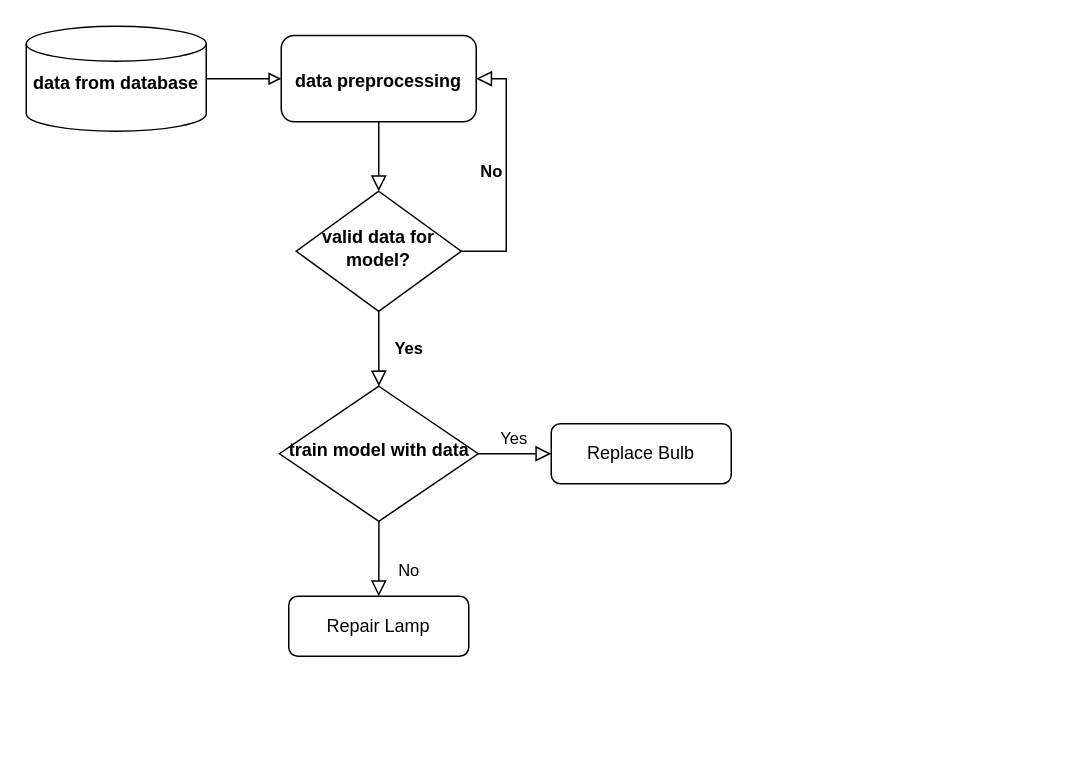
Before: page "Page-1" (1 of 2) of flow_chart.drawio in ChanumoluGayathri/System_Design, a draw.io diagram. Source tidied: cells renumbered, new cells numbered last; positions are measured from the earlier drawing's top-left corner, leaving out a move shared by most shapes. Both pictures are drawn from the tidied source at 150%, with x=0, y=0 at pixel (26, 26).
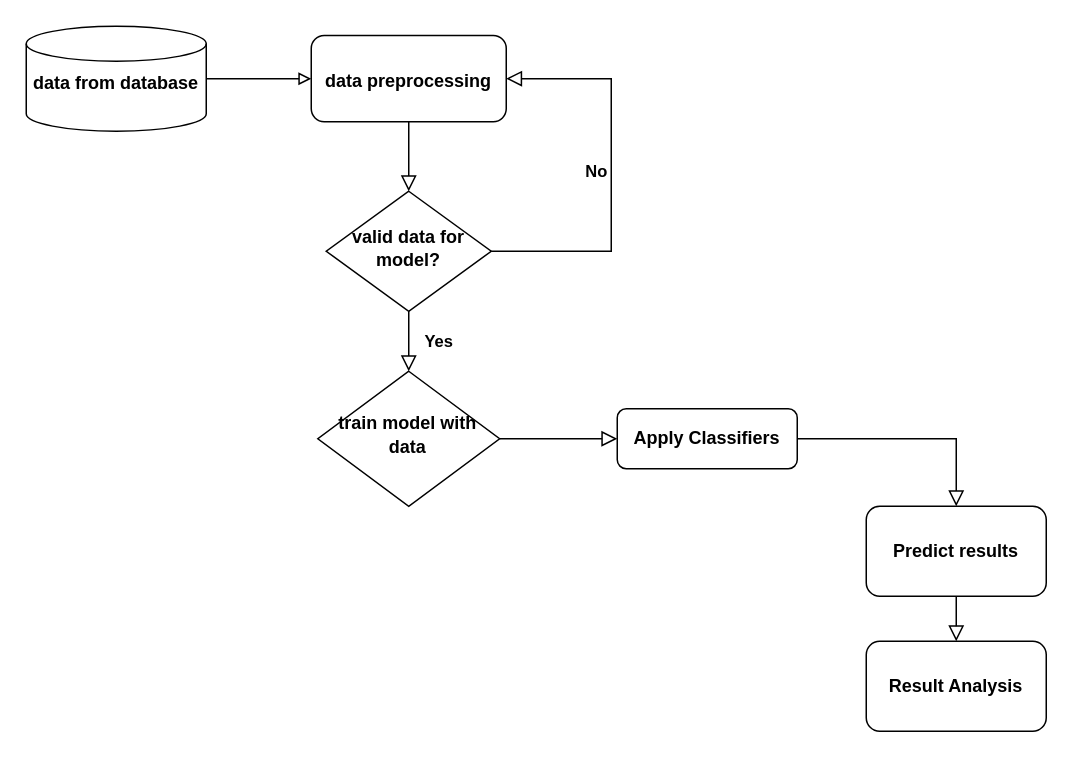
Above is the later version.

The edit, as a diff of the source:
```diff
@@
 <mxGraphModel>
   <root>
     <mxCell id="0" />
     <mxCell id="1" parent="0" />
     <mxCell id="2" style="edgeStyle=orthogonalEdgeStyle;rounded=0;hachureGap=4;jettySize=auto;html=1;fontFamily=Architects Daughter;fontSize=16;strokeColor=#000000;endArrow=block;endFill=0;exitX=1;exitY=0.5;exitDx=0;exitDy=0;exitPerimeter=0;" parent="1" edge="1" source="13" target="12">
       <mxGeometry relative="1" as="geometry" />
     </mxCell>
     <mxCell id="3" value="&lt;b&gt;Yes&lt;/b&gt;" style="rounded=0;html=1;jettySize=auto;fontSize=11;endArrow=block;endFill=0;endSize=8;strokeWidth=1;shadow=0;labelBackgroundColor=none;edgeStyle=orthogonalEdgeStyle;" parent="1" edge="1" source="5" target="8">
       <mxGeometry y="20" relative="1" as="geometry" />
     </mxCell>
     <mxCell id="4" value="&lt;b&gt;No&lt;/b&gt;" style="edgeStyle=orthogonalEdgeStyle;rounded=0;html=1;jettySize=auto;fontSize=11;endArrow=block;endFill=0;endSize=8;strokeWidth=1;shadow=0;labelBackgroundColor=none;entryX=1;entryY=0.5;entryDx=0;entryDy=0;exitX=1;exitY=0.5;exitDx=0;exitDy=0;" parent="1" edge="1" source="5" target="12">
       <mxGeometry y="10" relative="1" as="geometry">
         <Array as="points">
-          <mxPoint x="320" y="150" />
-          <mxPoint x="320" y="35" />
+          <mxPoint x="390" y="150" />
+          <mxPoint x="390" y="35" />
         </Array>
       </mxGeometry>
     </mxCell>
     <mxCell id="5" value="&lt;b&gt;valid data for model?&lt;/b&gt;" style="rhombus;whiteSpace=wrap;html=1;shadow=0;fontFamily=Helvetica;fontSize=12;align=center;strokeWidth=1;spacing=6;spacingTop=-4;" parent="1" vertex="1">
-      <mxGeometry x="180" y="110" width="110" height="80" as="geometry" />
+      <mxGeometry x="200" y="110" width="110" height="80" as="geometry" />
     </mxCell>
-    <mxCell id="6" value="No" style="rounded=0;html=1;jettySize=auto;fontSize=11;endArrow=block;endFill=0;endSize=8;strokeWidth=1;shadow=0;labelBackgroundColor=none;edgeStyle=orthogonalEdgeStyle;" parent="1" edge="1" source="8" target="9">
+    <mxCell id="6" style="rounded=0;html=1;jettySize=auto;fontSize=11;endArrow=block;endFill=0;endSize=8;strokeWidth=1;shadow=0;labelBackgroundColor=none;edgeStyle=orthogonalEdgeStyle;exitX=1;exitY=0.5;exitDx=0;exitDy=0;" parent="1" edge="1" source="8" target="9">
       <mxGeometry x="0.33" y="20" relative="1" as="geometry" />
     </mxCell>
-    <mxCell id="7" value="Yes" style="edgeStyle=orthogonalEdgeStyle;rounded=0;html=1;jettySize=auto;fontSize=11;endArrow=block;endFill=0;endSize=8;strokeWidth=1;shadow=0;labelBackgroundColor=none;" parent="1" edge="1" source="8" target="10">
-      <mxGeometry y="10" relative="1" as="geometry" />
-    </mxCell>
     <mxCell id="8" value="&lt;p style=&quot;line-height: 130%;&quot;&gt;&lt;b&gt;train model with data&lt;/b&gt;&lt;/p&gt;" style="rhombus;whiteSpace=wrap;html=1;shadow=0;fontFamily=Helvetica;fontSize=12;align=center;strokeWidth=1;spacing=6;spacingTop=-4;" parent="1" vertex="1">
-      <mxGeometry x="168.8" y="240" width="132.5" height="90" as="geometry" />
+      <mxGeometry x="194.4" y="230" width="121.2" height="90" as="geometry" />
     </mxCell>
+    <mxCell id="14" style="edgeStyle=orthogonalEdgeStyle;rounded=0;hachureGap=4;jettySize=auto;html=1;fontFamily=Architects Daughter;fontSize=16;endArrow=block;endFill=0;endSize=8;" parent="1" edge="1" source="9" target="16">
+      <mxGeometry relative="1" as="geometry" />
+    </mxCell>
-    <mxCell id="9" value="Repair Lamp" style="rounded=1;whiteSpace=wrap;html=1;fontSize=12;glass=0;strokeWidth=1;shadow=0;" parent="1" vertex="1">
-      <mxGeometry x="175" y="380" width="120" height="40" as="geometry" />
+    <mxCell id="9" value="&lt;b&gt;&lt;font face=&quot;Helvetica&quot;&gt;Apply Classifiers&lt;/font&gt;&lt;/b&gt;" style="rounded=1;whiteSpace=wrap;html=1;fontSize=12;glass=0;strokeWidth=1;shadow=0;" parent="1" vertex="1">
+      <mxGeometry x="394" y="255" width="120" height="40" as="geometry" />
     </mxCell>
-    <mxCell id="10" value="Replace Bulb" style="rounded=1;whiteSpace=wrap;html=1;fontSize=12;glass=0;strokeWidth=1;shadow=0;" parent="1" vertex="1">
-      <mxGeometry x="350" y="265" width="120" height="40" as="geometry" />
-    </mxCell>
     <mxCell id="11" style="edgeStyle=orthogonalEdgeStyle;rounded=0;hachureGap=4;jettySize=auto;html=1;fontFamily=Architects Daughter;fontSize=16;endArrow=block;endFill=0;endSize=8;" parent="1" edge="1" source="12" target="5">
       <mxGeometry relative="1" as="geometry" />
     </mxCell>
     <mxCell id="12" value="&lt;p style=&quot;line-height: 50%;&quot;&gt;&lt;font face=&quot;Helvetica&quot; style=&quot;font-size: 12px;&quot;&gt;&lt;b&gt;data preprocessing&lt;/b&gt;&lt;/font&gt;&lt;/p&gt;" style="rounded=1;whiteSpace=wrap;html=1;hachureGap=4;fontFamily=Architects Daughter;fontSize=20;align=center;shadow=0;glass=0;strokeWidth=1;" parent="1" vertex="1">
-      <mxGeometry x="170" y="6.2" width="130" height="57.5" as="geometry" />
+      <mxGeometry x="190" y="6.2" width="130" height="57.5" as="geometry" />
     </mxCell>
     <mxCell id="13" value="&lt;font face=&quot;Helvetica&quot; style=&quot;font-size: 12px;&quot;&gt;&lt;b&gt;data from database&lt;/b&gt;&lt;/font&gt;" style="strokeWidth=1;html=1;shape=mxgraph.flowchart.database;whiteSpace=wrap;hachureGap=4;fontFamily=Architects Daughter;fontSize=20;" parent="1" vertex="1">
       <mxGeometry width="120" height="70" as="geometry" />
     </mxCell>
+    <mxCell id="15" style="edgeStyle=orthogonalEdgeStyle;rounded=0;hachureGap=4;jettySize=auto;html=1;fontFamily=Architects Daughter;fontSize=16;endSize=8;endArrow=block;endFill=0;" parent="1" edge="1" source="16" target="17">
+      <mxGeometry relative="1" as="geometry" />
+    </mxCell>
+    <mxCell id="16" value="&lt;b&gt;Predict results&lt;/b&gt;" style="whiteSpace=wrap;html=1;rounded=1;glass=0;strokeWidth=1;shadow=0;" parent="1" vertex="1">
+      <mxGeometry x="560" y="320" width="120" height="60" as="geometry" />
+    </mxCell>
+    <mxCell id="17" value="&lt;b&gt;Result Analysis&lt;/b&gt;" style="whiteSpace=wrap;html=1;rounded=1;glass=0;strokeWidth=1;shadow=0;" parent="1" vertex="1">
+      <mxGeometry x="560" y="410" width="120" height="60" as="geometry" />
+    </mxCell>
   </root>
 </mxGraphModel>
```
